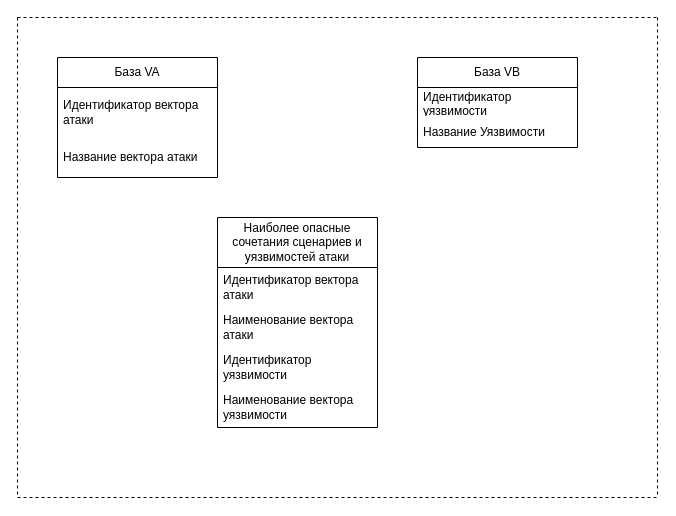
Before: (Старая схема ОПЗ) Входные данные.drawio in SmirnovBogdan8/Diplom, a draw.io diagram. Source tidied: cells renumbered, new cells numbered last; positions are measured from the earlier drawing's top-left corner, leaving out a move shared by most shapes. Both pictures are drawn from the tidied source at 100%, with x=0, y=0 at pixel (17, 17).
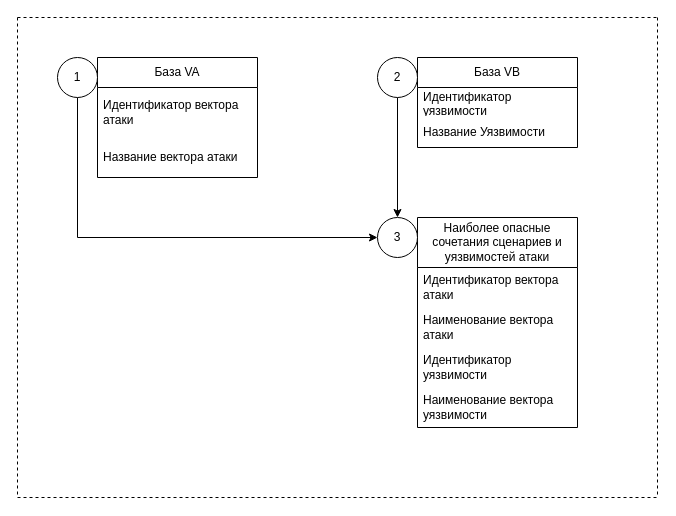
After the change.

Diff of the diagram source:
```diff
@@
     <mxCell id="5" value="База VA" style="swimlane;fontStyle=0;horizontal=1;startSize=30;whiteSpace=wrap;html=1;" parent="1" vertex="1">
-      <mxGeometry x="40" y="40" width="160" height="120" as="geometry" />
+      <mxGeometry x="80" y="40" width="160" height="120" as="geometry" />
     </mxCell>
@@
     <mxCell id="12" value="Наиболее опасные сочетания сценариев и уязвимостей атаки" style="swimlane;fontStyle=0;horizontal=1;startSize=50;whiteSpace=wrap;html=1;" parent="1" vertex="1">
-      <mxGeometry x="200" y="200" width="160" height="210" as="geometry" />
+      <mxGeometry x="400" y="200" width="160" height="210" as="geometry" />
     </mxCell>
@@
+    <mxCell id="17" style="edgeStyle=orthogonalEdgeStyle;rounded=0;jettySize=auto;html=1;entryX=0;entryY=0.5;entryDx=0;entryDy=0;" parent="1" edge="1" source="18" target="21">
+      <mxGeometry relative="1" as="geometry">
+        <Array as="points">
+          <mxPoint x="60" y="220" />
+        </Array>
+      </mxGeometry>
+    </mxCell>
+    <mxCell id="18" value="1" style="ellipse;whiteSpace=wrap;html=1;" parent="1" vertex="1">
+      <mxGeometry x="40" y="40" width="40" height="40" as="geometry" />
+    </mxCell>
+    <mxCell id="19" style="edgeStyle=orthogonalEdgeStyle;rounded=0;jettySize=auto;html=1;entryX=0.5;entryY=0;entryDx=0;entryDy=0;" parent="1" edge="1" source="20" target="21">
+      <mxGeometry relative="1" as="geometry" />
+    </mxCell>
+    <mxCell id="20" value="2" style="ellipse;whiteSpace=wrap;html=1;" parent="1" vertex="1">
+      <mxGeometry x="360" y="40" width="40" height="40" as="geometry" />
+    </mxCell>
+    <mxCell id="21" value="3" style="ellipse;whiteSpace=wrap;html=1;" parent="1" vertex="1">
+      <mxGeometry x="360" y="200" width="40" height="40" as="geometry" />
+    </mxCell>
```
